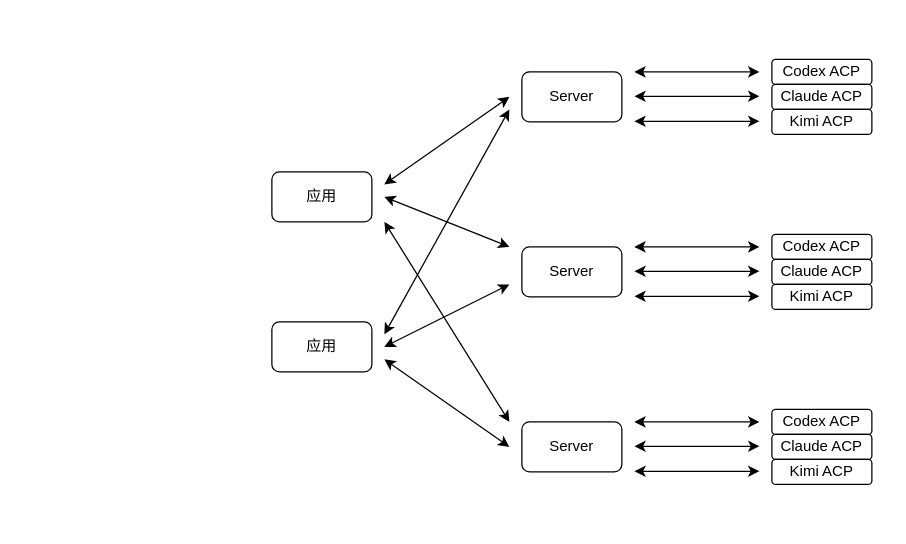
systemxlabs/amux keeps this draw.io diagram as docs/amux-arch.drawio. Above is the earlier version. Source tidied: cells renumbered, new cells numbered last; positions are measured from the earlier drawing's top-left corner, leaving out a move shared by most shapes. Both pictures are drawn from the tidied source at 125%, with x=0, y=0 at pixel (271, 59).
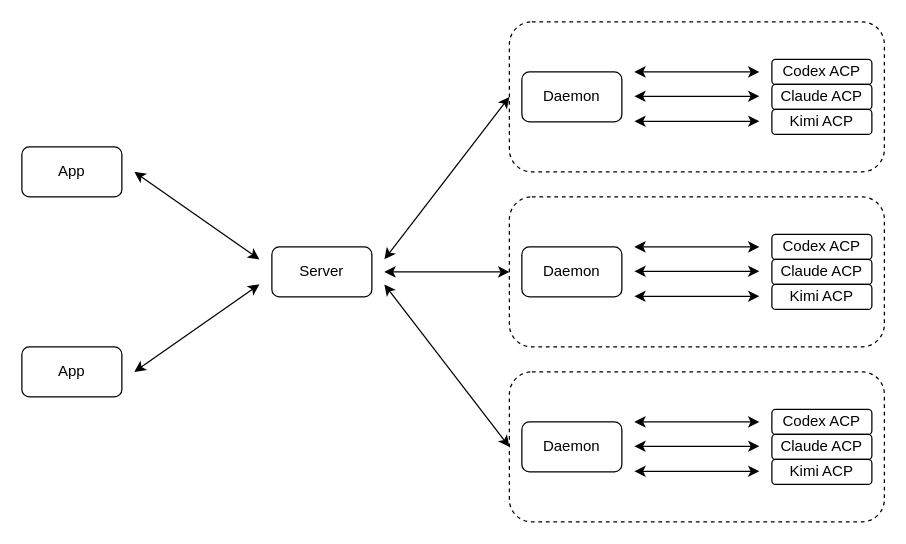
Above is the later version.

What changed in the source:
```diff
@@
-    <mxCell id="2" value="应用" style="rounded=1;whiteSpace=wrap;html=1;" parent="1" vertex="1">
-      <mxGeometry y="90" width="80" height="40" as="geometry" />
-    </mxCell>
-    <mxCell id="3" value="应用" style="rounded=1;whiteSpace=wrap;html=1;" parent="1" vertex="1">
-      <mxGeometry y="210" width="80" height="40" as="geometry" />
-    </mxCell>
+    <mxCell id="31" style="rounded=1;whiteSpace=wrap;html=1;dashed=1;" parent="1" vertex="1">
+      <mxGeometry x="190" y="250" width="300" height="120" as="geometry" />
+    </mxCell>
+    <mxCell id="32" style="rounded=1;whiteSpace=wrap;html=1;dashed=1;" parent="1" vertex="1">
+      <mxGeometry x="190" y="110" width="300" height="120" as="geometry" />
+    </mxCell>
+    <mxCell id="33" style="rounded=1;whiteSpace=wrap;html=1;dashed=1;" parent="1" vertex="1">
+      <mxGeometry x="190" y="-30" width="300" height="120" as="geometry" />
+    </mxCell>
-    <mxCell id="4" value="Server" style="rounded=1;whiteSpace=wrap;html=1;" parent="1" vertex="1">
+    <mxCell id="4" value="Daemon" style="rounded=1;whiteSpace=wrap;html=1;" parent="1" vertex="1">
       <mxGeometry x="200" y="10" width="80" height="40" as="geometry" />
     </mxCell>
-    <mxCell id="5" value="Server" style="rounded=1;whiteSpace=wrap;html=1;" parent="1" vertex="1">
+    <mxCell id="5" value="Daemon" style="rounded=1;whiteSpace=wrap;html=1;" parent="1" vertex="1">
       <mxGeometry x="200" y="150" width="80" height="40" as="geometry" />
     </mxCell>
-    <mxCell id="6" value="Server" style="rounded=1;whiteSpace=wrap;html=1;" parent="1" vertex="1">
+    <mxCell id="6" value="Daemon" style="rounded=1;whiteSpace=wrap;html=1;" parent="1" vertex="1">
       <mxGeometry x="200" y="290" width="80" height="40" as="geometry" />
     </mxCell>
@@
-    <mxCell id="25" style="endArrow=classic;startArrow=classic;html=1;rounded=0;" parent="1" edge="1">
-      <mxGeometry relative="1" as="geometry">
-        <mxPoint x="90" y="100" as="sourcePoint" />
-        <mxPoint x="190" y="30" as="targetPoint" />
-      </mxGeometry>
-    </mxCell>
-    <mxCell id="26" style="endArrow=classic;startArrow=classic;html=1;rounded=0;" parent="1" edge="1">
-      <mxGeometry relative="1" as="geometry">
-        <mxPoint x="90" y="110" as="sourcePoint" />
-        <mxPoint x="190" y="150" as="targetPoint" />
-      </mxGeometry>
-    </mxCell>
-    <mxCell id="27" style="endArrow=classic;startArrow=classic;html=1;rounded=0;" parent="1" edge="1">
-      <mxGeometry relative="1" as="geometry">
-        <mxPoint x="90" y="130" as="sourcePoint" />
-        <mxPoint x="190" y="290" as="targetPoint" />
-      </mxGeometry>
-    </mxCell>
-    <mxCell id="28" style="endArrow=classic;startArrow=classic;html=1;rounded=0;" parent="1" edge="1">
-      <mxGeometry relative="1" as="geometry">
-        <mxPoint x="90" y="220" as="sourcePoint" />
-        <mxPoint x="190" y="40" as="targetPoint" />
-      </mxGeometry>
-    </mxCell>
-    <mxCell id="29" style="endArrow=classic;startArrow=classic;html=1;rounded=0;" parent="1" edge="1">
-      <mxGeometry relative="1" as="geometry">
-        <mxPoint x="90" y="230" as="sourcePoint" />
-        <mxPoint x="190" y="180" as="targetPoint" />
-      </mxGeometry>
-    </mxCell>
-    <mxCell id="30" style="endArrow=classic;startArrow=classic;html=1;rounded=0;" parent="1" edge="1">
-      <mxGeometry relative="1" as="geometry">
-        <mxPoint x="90" y="240" as="sourcePoint" />
-        <mxPoint x="190" y="310" as="targetPoint" />
-      </mxGeometry>
-    </mxCell>
+    <mxCell id="34" value="Server" style="rounded=1;whiteSpace=wrap;html=1;" parent="1" vertex="1">
+      <mxGeometry y="150" width="80" height="40" as="geometry" />
+    </mxCell>
+    <mxCell id="35" style="endArrow=classic;startArrow=classic;html=1;rounded=0;" parent="1" edge="1">
+      <mxGeometry relative="1" as="geometry">
+        <mxPoint x="90" y="160" as="sourcePoint" />
+        <mxPoint x="190" y="30" as="targetPoint" />
+      </mxGeometry>
+    </mxCell>
+    <mxCell id="36" style="endArrow=classic;startArrow=classic;html=1;rounded=0;" parent="1" edge="1">
+      <mxGeometry relative="1" as="geometry">
+        <mxPoint x="90" y="170" as="sourcePoint" />
+        <mxPoint x="190" y="170" as="targetPoint" />
+      </mxGeometry>
+    </mxCell>
+    <mxCell id="37" style="endArrow=classic;startArrow=classic;html=1;rounded=0;" parent="1" edge="1">
+      <mxGeometry relative="1" as="geometry">
+        <mxPoint x="190" y="310" as="sourcePoint" />
+        <mxPoint x="90" y="180" as="targetPoint" />
+      </mxGeometry>
+    </mxCell>
+    <mxCell id="38" value="App" style="rounded=1;whiteSpace=wrap;html=1;" parent="1" vertex="1">
+      <mxGeometry x="-200" y="70" width="80" height="40" as="geometry" />
+    </mxCell>
+    <mxCell id="39" value="App" style="rounded=1;whiteSpace=wrap;html=1;" parent="1" vertex="1">
+      <mxGeometry x="-200" y="230" width="80" height="40" as="geometry" />
+    </mxCell>
+    <mxCell id="40" style="endArrow=classic;startArrow=classic;html=1;rounded=0;" parent="1" edge="1">
+      <mxGeometry relative="1" as="geometry">
+        <mxPoint x="-110" y="90" as="sourcePoint" />
+        <mxPoint x="-10" y="160" as="targetPoint" />
+      </mxGeometry>
+    </mxCell>
+    <mxCell id="41" style="endArrow=classic;startArrow=classic;html=1;rounded=0;" parent="1" edge="1">
+      <mxGeometry relative="1" as="geometry">
+        <mxPoint x="-110" y="250" as="sourcePoint" />
+        <mxPoint x="-10" y="180" as="targetPoint" />
+      </mxGeometry>
+    </mxCell>
```
